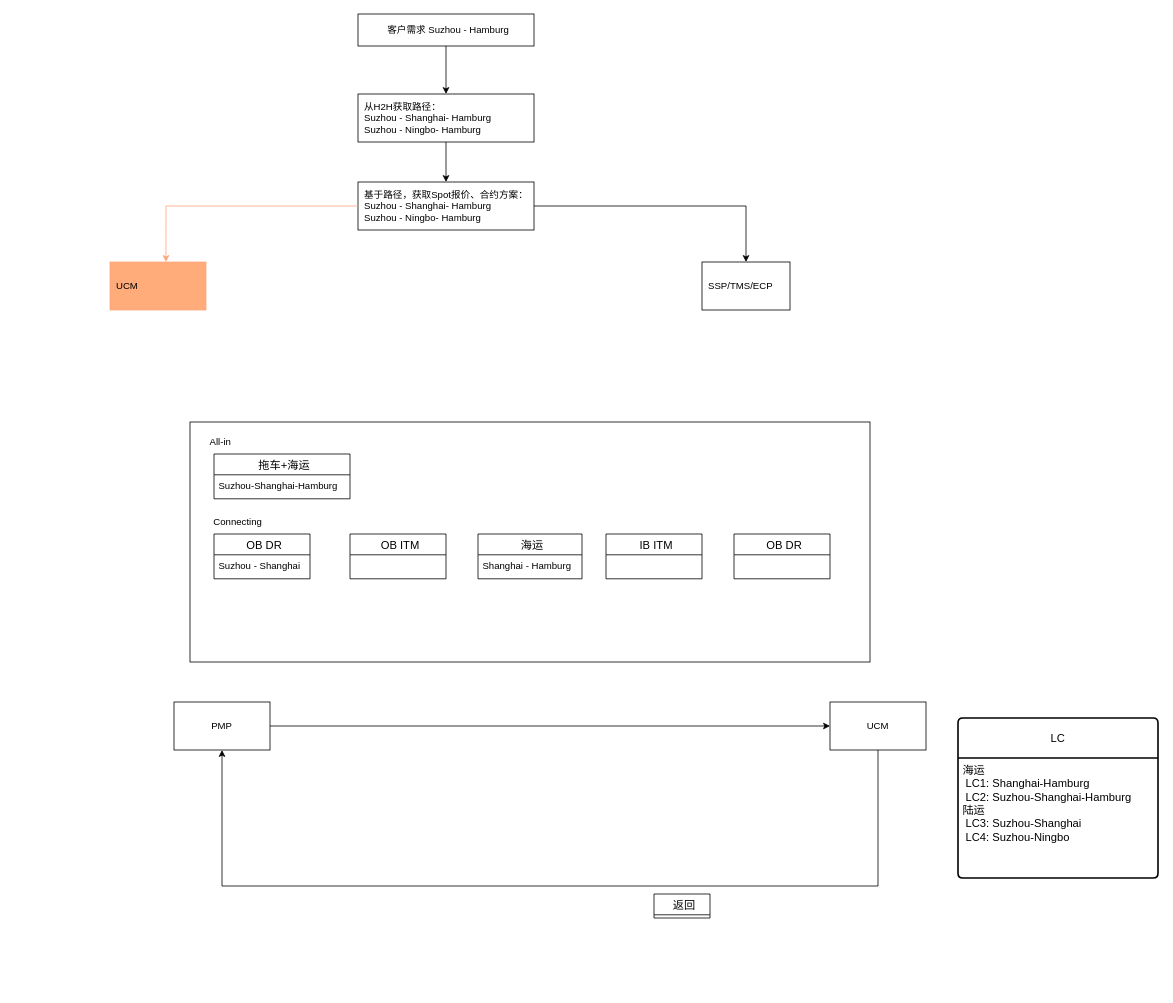
Above: page "PMP - UCM" (2 of 2) of UCM-OMPPMP.drawio in Linsq0504/OMP (draw.io), before the change. Source tidied: cells renumbered, new cells numbered last; positions are measured from the earlier drawing's top-left corner, leaving out a move shared by most shapes. Both pictures are drawn from the tidied source at 80%, with x=0, y=0 at pixel (110, 14).
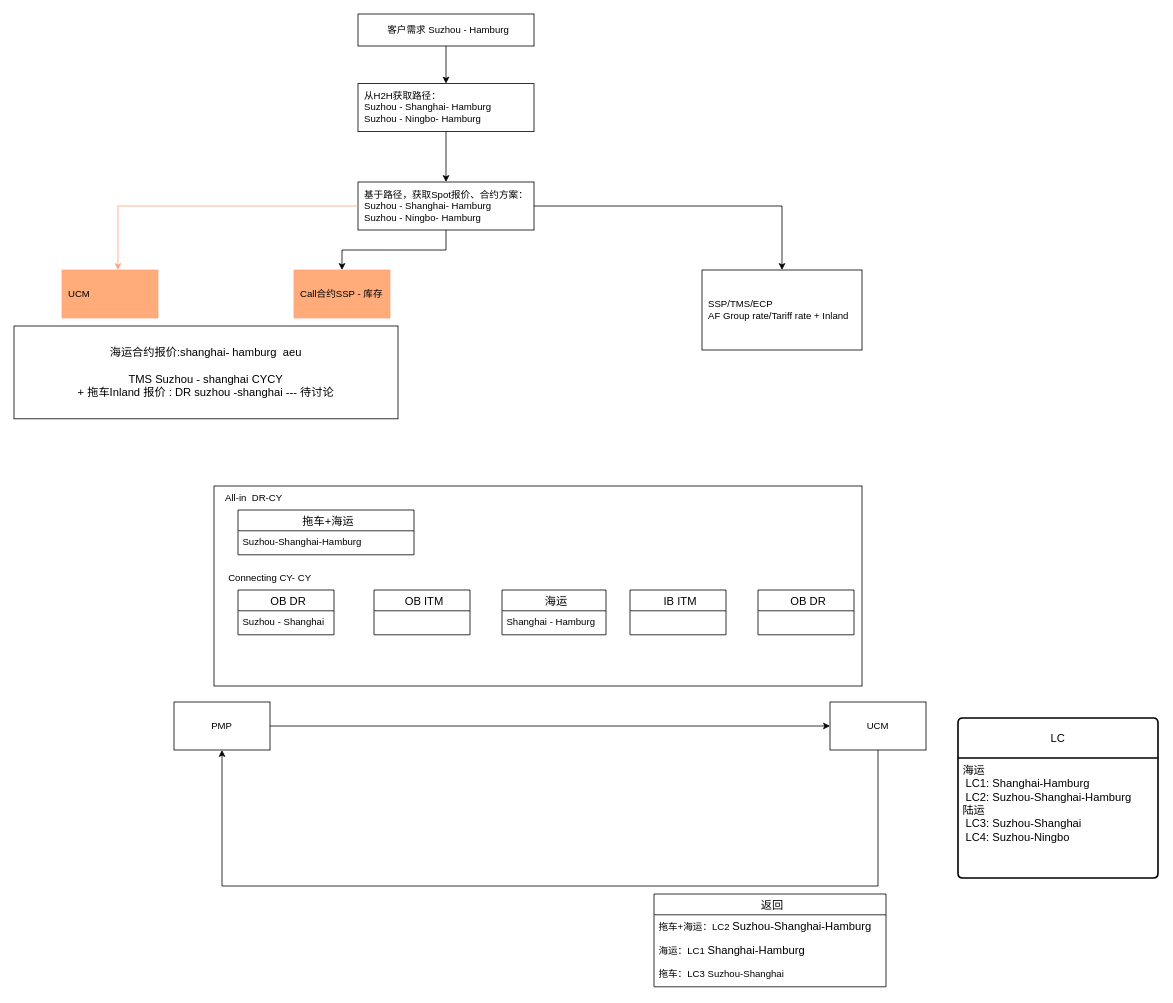
The same page after the edit.

Unchanged cells that the change refers to:
```xml
<mxCell id="21" value="基于路径，获取Spot报价、合约方案：&lt;div&gt;Suzhou - Shanghai- Hamburg&lt;/div&gt;&lt;div&gt;Suzhou - Ningbo- Hamburg&lt;/div&gt;" style="whiteSpace=wrap;html=1;align=left;strokeColor=default;verticalAlign=middle;spacingLeft=6;fontFamily=Helvetica;fontSize=12;fontColor=default;fillColor=none;" parent="1" vertex="1">
  <mxGeometry x="310" y="210" width="220" height="60" as="geometry" />
</mxCell>
```

Diff of the diagram source:
```diff
@@
     <mxCell id="2" style="rounded=0;whiteSpace=wrap;html=1;strokeColor=default;align=left;verticalAlign=middle;spacingLeft=6;fontFamily=Helvetica;fontSize=12;fontColor=default;fillColor=none;" parent="1" vertex="1">
-      <mxGeometry x="100" y="510" width="850" height="300" as="geometry" />
+      <mxGeometry x="130" y="590" width="810" height="250" as="geometry" />
     </mxCell>
@@
     <mxCell id="7" value="海运" style="swimlane;fontStyle=0;horizontal=1;startSize=26;align=center;fontSize=14;strokeColor=default;verticalAlign=middle;spacingLeft=6;fontFamily=Helvetica;fontColor=default;fillColor=none;" parent="1" vertex="1">
-      <mxGeometry x="460" y="650" width="130" height="56" as="geometry" />
+      <mxGeometry x="490" y="720" width="130" height="56" as="geometry" />
     </mxCell>
@@
     <mxCell id="11" value="OB DR" style="swimlane;fontStyle=0;horizontal=1;startSize=26;align=center;fontSize=14;strokeColor=default;verticalAlign=middle;spacingLeft=6;fontFamily=Helvetica;fontColor=default;fillColor=none;" parent="1" vertex="1">
-      <mxGeometry x="130" y="650" width="120" height="56" as="geometry" />
+      <mxGeometry x="160" y="720" width="120" height="56" as="geometry" />
     </mxCell>
@@
     <mxCell id="13" value="拖车+海运" style="swimlane;fontStyle=0;horizontal=1;startSize=26;align=center;fontSize=14;strokeColor=default;verticalAlign=middle;spacingLeft=6;fontFamily=Helvetica;fontColor=default;fillColor=none;" parent="1" vertex="1">
-      <mxGeometry x="130" y="550" width="170" height="56" as="geometry" />
+      <mxGeometry x="160" y="620" width="220" height="56" as="geometry" />
     </mxCell>
-    <mxCell id="14" value="Suzhou-Shanghai-Hamburg" style="text;strokeColor=none;fillColor=none;spacingLeft=4;spacingRight=4;overflow=hidden;fontSize=12;whiteSpace=wrap;html=1;fontFamily=Helvetica;fontColor=default;" parent="13" vertex="1">
-      <mxGeometry y="26" width="170" height="30" as="geometry" />
+    <mxCell id="14" value="Suzhou-Shanghai-Hamburg&amp;nbsp;" style="text;strokeColor=none;fillColor=none;spacingLeft=4;spacingRight=4;overflow=hidden;fontSize=12;whiteSpace=wrap;html=1;fontFamily=Helvetica;fontColor=default;" parent="13" vertex="1">
+      <mxGeometry y="26" width="220" height="30" as="geometry" />
     </mxCell>
@@
-    <mxCell id="17" value="返回" style="swimlane;fontStyle=0;horizontal=1;startSize=26;align=center;fontSize=14;strokeColor=default;verticalAlign=middle;spacingLeft=6;fontFamily=Helvetica;fontColor=default;fillColor=none;" parent="1" vertex="1" collapsed="1">
-      <mxGeometry x="680" y="1100" width="70" height="30" as="geometry" />
+    <mxCell id="17" value="返回" style="swimlane;fontStyle=0;horizontal=1;startSize=26;align=center;fontSize=14;strokeColor=default;verticalAlign=middle;spacingLeft=6;fontFamily=Helvetica;fontColor=default;fillColor=none;" parent="1" vertex="1">
+      <mxGeometry x="680" y="1100" width="290" height="116" as="geometry" />
     </mxCell>
+    <mxCell id="30" value="拖车+海运：LC2&amp;nbsp;&lt;span style=&quot;font-size: 14px;&quot;&gt;Suzhou-Shanghai-Hamburg&lt;/span&gt;" style="text;strokeColor=none;fillColor=none;spacingLeft=4;spacingRight=4;overflow=hidden;fontSize=12;whiteSpace=wrap;html=1;fontFamily=Helvetica;fontColor=default;" parent="17" vertex="1">
+      <mxGeometry y="26" width="290" height="30" as="geometry" />
+    </mxCell>
+    <mxCell id="31" value="海运：LC1&amp;nbsp;&lt;span style=&quot;font-size: 14px;&quot;&gt;Shanghai-Hamburg&lt;/span&gt;" style="text;strokeColor=none;fillColor=none;spacingLeft=4;spacingRight=4;overflow=hidden;fontSize=12;whiteSpace=wrap;html=1;fontFamily=Helvetica;fontColor=default;" parent="17" vertex="1">
+      <mxGeometry y="56" width="290" height="30" as="geometry" />
+    </mxCell>
+    <mxCell id="32" value="拖车：LC3 Suzhou-Shanghai&amp;nbsp;" style="text;strokeColor=none;fillColor=none;spacingLeft=4;spacingRight=4;overflow=hidden;fontSize=12;whiteSpace=wrap;html=1;fontFamily=Helvetica;fontColor=default;" parent="17" vertex="1">
+      <mxGeometry y="86" width="290" height="30" as="geometry" />
+    </mxCell>
@@
     <mxCell id="19" value="从H2H获取路径：&lt;div&gt;Suzhou - Shanghai- Hamburg&lt;/div&gt;&lt;div&gt;Suzhou - Ningbo- Hamburg&lt;/div&gt;" style="whiteSpace=wrap;html=1;align=left;strokeColor=default;verticalAlign=middle;spacingLeft=6;fontFamily=Helvetica;fontSize=12;fontColor=default;fillColor=none;" parent="1" vertex="1">
-      <mxGeometry x="310" y="100" width="220" height="60" as="geometry" />
+      <mxGeometry x="310" y="87" width="220" height="60" as="geometry" />
     </mxCell>
@@
+    <mxCell id="33" style="edgeStyle=orthogonalEdgeStyle;rounded=0;jettySize=auto;html=1;" parent="1" edge="1" source="21" target="35">
+      <mxGeometry relative="1" as="geometry" />
+    </mxCell>
@@
     <mxCell id="22" value="UCM" style="rounded=0;whiteSpace=wrap;html=1;strokeColor=#FFA57F;align=left;verticalAlign=middle;spacingLeft=6;fontFamily=Helvetica;fontSize=12;fontColor=default;fillColor=#FFAB7A;" parent="1" vertex="1">
-      <mxGeometry y="310" width="120" height="60" as="geometry" />
+      <mxGeometry x="-60" y="320" width="120" height="60" as="geometry" />
     </mxCell>
-    <mxCell id="23" value="SSP/TMS/ECP" style="rounded=0;whiteSpace=wrap;html=1;strokeColor=default;align=left;verticalAlign=middle;spacingLeft=6;fontFamily=Helvetica;fontSize=12;fontColor=default;fillColor=none;" parent="1" vertex="1">
-      <mxGeometry x="740" y="310" width="110" height="60" as="geometry" />
+    <mxCell id="23" value="SSP/TMS/ECP&lt;div&gt;AF Group rate/Tariff rate + Inland&lt;/div&gt;" style="rounded=0;whiteSpace=wrap;html=1;strokeColor=default;align=left;verticalAlign=middle;spacingLeft=6;fontFamily=Helvetica;fontSize=12;fontColor=default;fillColor=none;" parent="1" vertex="1">
+      <mxGeometry x="740" y="320" width="200" height="100" as="geometry" />
     </mxCell>
@@
-    <mxCell id="25" value="All-in&amp;nbsp;" style="text;html=1;whiteSpace=wrap;strokeColor=none;fillColor=none;align=center;verticalAlign=middle;rounded=0;fontFamily=Helvetica;fontSize=12;fontColor=default;" parent="1" vertex="1">
-      <mxGeometry x="110" y="520" width="60" height="30" as="geometry" />
+    <mxCell id="25" value="All-in&amp;nbsp;&amp;nbsp;&lt;span style=&quot;text-align: left;&quot;&gt;DR-CY&lt;/span&gt;" style="text;html=1;whiteSpace=wrap;strokeColor=none;fillColor=none;align=center;verticalAlign=middle;rounded=0;fontFamily=Helvetica;fontSize=12;fontColor=default;" parent="1" vertex="1">
+      <mxGeometry x="140" y="590" width="80" height="30" as="geometry" />
     </mxCell>
-    <mxCell id="26" value="Connecting" style="text;html=1;whiteSpace=wrap;strokeColor=none;fillColor=none;align=center;verticalAlign=middle;rounded=0;fontFamily=Helvetica;fontSize=12;fontColor=default;" parent="1" vertex="1">
-      <mxGeometry x="130" y="620" width="60" height="30" as="geometry" />
+    <mxCell id="26" value="Connecting CY- CY" style="text;html=1;whiteSpace=wrap;strokeColor=none;fillColor=none;align=center;verticalAlign=middle;rounded=0;fontFamily=Helvetica;fontSize=12;fontColor=default;" parent="1" vertex="1">
+      <mxGeometry x="140" y="690" width="120" height="30" as="geometry" />
     </mxCell>
     <mxCell id="27" value="OB ITM" style="swimlane;fontStyle=0;horizontal=1;startSize=26;align=center;fontSize=14;strokeColor=default;verticalAlign=middle;spacingLeft=6;fontFamily=Helvetica;fontColor=default;fillColor=none;" parent="1" vertex="1">
-      <mxGeometry x="300" y="650" width="120" height="56" as="geometry" />
+      <mxGeometry x="330" y="720" width="120" height="56" as="geometry" />
     </mxCell>
     <mxCell id="28" value="IB ITM" style="swimlane;fontStyle=0;horizontal=1;startSize=26;align=center;fontSize=14;strokeColor=default;verticalAlign=middle;spacingLeft=6;fontFamily=Helvetica;fontColor=default;fillColor=none;" parent="1" vertex="1">
-      <mxGeometry x="620" y="650" width="120" height="56" as="geometry" />
+      <mxGeometry x="650" y="720" width="120" height="56" as="geometry" />
     </mxCell>
     <mxCell id="29" value="OB DR" style="swimlane;fontStyle=0;horizontal=1;startSize=26;align=center;fontSize=14;strokeColor=default;verticalAlign=middle;spacingLeft=6;fontFamily=Helvetica;fontColor=default;fillColor=none;" parent="1" vertex="1">
-      <mxGeometry x="780" y="650" width="120" height="56" as="geometry" />
+      <mxGeometry x="810" y="720" width="120" height="56" as="geometry" />
     </mxCell>
+    <mxCell id="34" value="&lt;font style=&quot;font-size: 14px;&quot;&gt;海运合约报价:shanghai- hamburg&amp;nbsp; aeu&lt;/font&gt;&lt;div&gt;&lt;font style=&quot;font-size: 14px;&quot;&gt;&lt;br&gt;&lt;/font&gt;&lt;/div&gt;&lt;div&gt;&lt;font style=&quot;font-size: 14px;&quot;&gt;TMS Suzhou - shanghai CYCY&lt;/font&gt;&lt;/div&gt;&lt;div&gt;&lt;font style=&quot;font-size: 14px;&quot;&gt;+ 拖车Inland 报价 : DR suzhou -shanghai --- 待讨论&lt;/font&gt;&lt;/div&gt;" style="whiteSpace=wrap;html=1;align=center;" parent="1" vertex="1">
+      <mxGeometry x="-120" y="390" width="480" height="116" as="geometry" />
+    </mxCell>
+    <mxCell id="35" value="Call合约SSP - 库存" style="rounded=0;whiteSpace=wrap;html=1;strokeColor=#FFA57F;align=left;verticalAlign=middle;spacingLeft=6;fontFamily=Helvetica;fontSize=12;fontColor=default;fillColor=#FFAB7A;" parent="1" vertex="1">
+      <mxGeometry x="230" y="320" width="120" height="60" as="geometry" />
+    </mxCell>
```
